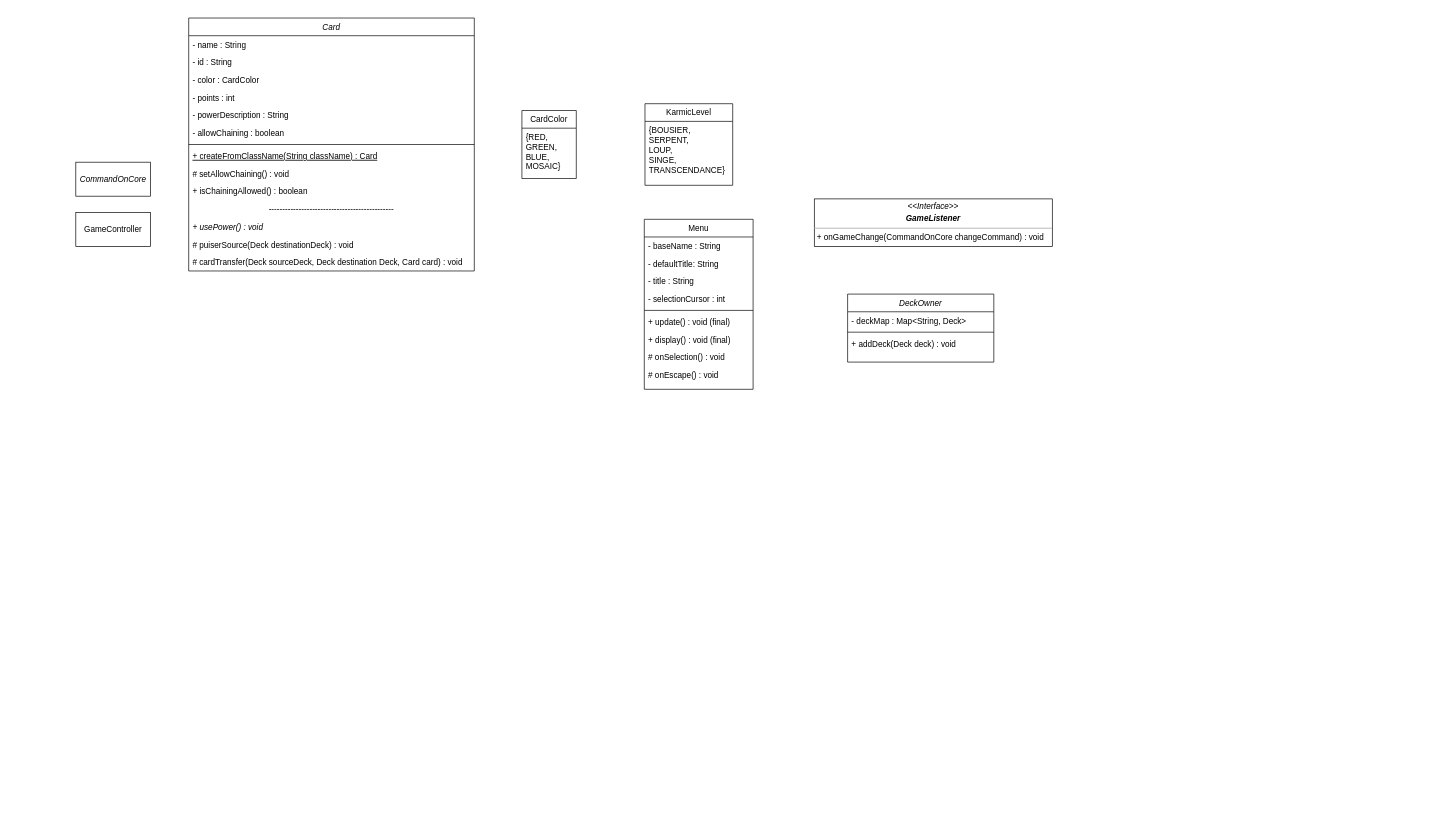
Riuza-c-137/diagrams.net-default_repo keeps this draw.io diagram as Diagramme de classes core.drawio. Above is the earlier version. Source tidied: cells renumbered, new cells numbered last; positions are measured from the earlier drawing's top-left corner, leaving out a move shared by most shapes. Both pictures are drawn from the tidied source at 68%, with x=0, y=0 at pixel (75, 18).
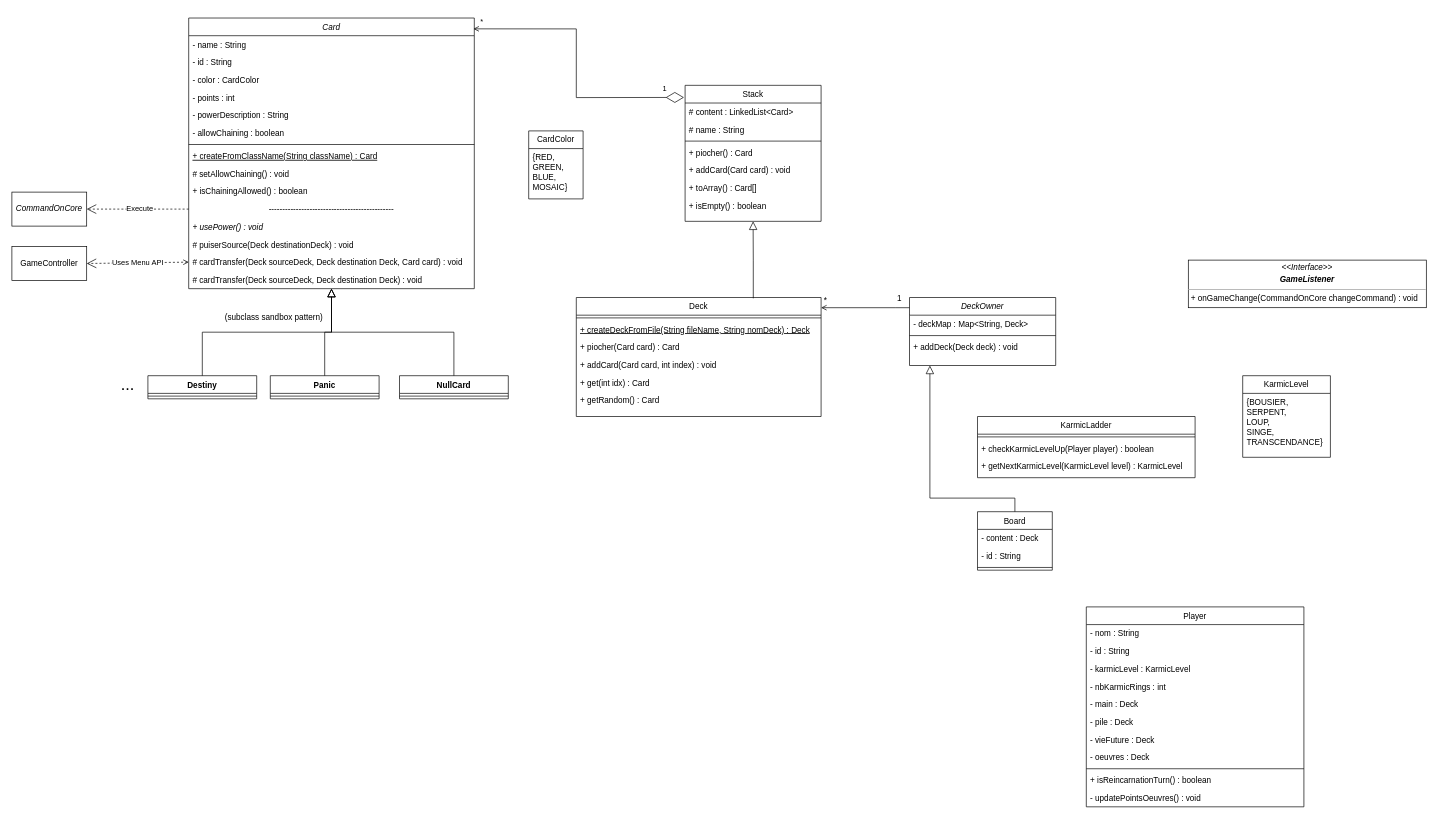
The same diagram, later.

Commit message (it also covers changes not shown here):
Mettre à jour Diagramme de classes core.drawio

The change refers to these unchanged cells:
```xml
<mxCell id="32" value="----------------------------------------------" style="text;align=center;verticalAlign=top;spacingLeft=4;spacingRight=4;overflow=hidden;points=[[0,0.5],[1,0.5]];portConstraint=eastwest;" parent="21" vertex="1">
  <mxGeometry y="268" width="420" height="26" as="geometry" />
</mxCell>
<mxCell id="35" value="# cardTransfer(Deck sourceDeck, Deck destination Deck, Card card) : void" style="text;align=left;verticalAlign=top;spacingLeft=4;spacingRight=4;overflow=hidden;points=[[0,0.5],[1,0.5]];portConstraint=eastwest;" parent="21" vertex="1">
  <mxGeometry y="346" width="420" height="26" as="geometry" />
</mxCell>
```

What changed in the source:
```diff
@@
     <mxCell id="2" value="KarmicLevel" style="swimlane;fontStyle=0;horizontal=1;startSize=26;fillColor=none;whiteSpace=wrap;html=1;" parent="1" vertex="1">
-      <mxGeometry x="837" y="126" width="129" height="120" as="geometry" />
+      <mxGeometry x="1716" y="526" width="129" height="120" as="geometry" />
     </mxCell>
@@
-    <mxCell id="4" value="Menu" style="swimlane;fontStyle=0;align=center;verticalAlign=top;horizontal=1;startSize=26;rounded=0;shadow=0;strokeWidth=1;" parent="1" vertex="1">
-      <mxGeometry x="836" y="296" width="160" height="250" as="geometry" />
+    <mxCell id="4" value="KarmicLadder" style="swimlane;fontStyle=0;align=center;verticalAlign=top;horizontal=1;startSize=26;rounded=0;shadow=0;strokeWidth=1;" parent="1" vertex="1">
+      <mxGeometry x="1326" y="586" width="320" height="90" as="geometry" />
     </mxCell>
-    <mxCell id="5" value="- baseName : String" style="text;align=left;verticalAlign=top;spacingLeft=4;spacingRight=4;overflow=hidden;" parent="4" vertex="1">
-      <mxGeometry y="26" width="160" height="26" as="geometry" />
-    </mxCell>
-    <mxCell id="6" value="- defaultTitle: String" style="text;align=left;verticalAlign=top;spacingLeft=4;spacingRight=4;overflow=hidden;" parent="4" vertex="1">
-      <mxGeometry y="52" width="160" height="26" as="geometry" />
-    </mxCell>
-    <mxCell id="7" value="- title : String" style="text;align=left;verticalAlign=top;spacingLeft=4;spacingRight=4;overflow=hidden;" parent="4" vertex="1">
-      <mxGeometry y="78" width="160" height="26" as="geometry" />
-    </mxCell>
-    <mxCell id="8" value="- selectionCursor : int" style="text;align=left;verticalAlign=top;spacingLeft=4;spacingRight=4;overflow=hidden;" parent="4" vertex="1">
-      <mxGeometry y="104" width="160" height="26" as="geometry" />
-    </mxCell>
     <mxCell id="9" style="line;html=1;strokeWidth=1;align=left;verticalAlign=middle;spacingTop=-1;spacingLeft=3;spacingRight=3;labelPosition=right;" parent="4" vertex="1">
-      <mxGeometry y="130" width="160" height="8" as="geometry" />
+      <mxGeometry y="26" width="320" height="8" as="geometry" />
     </mxCell>
-    <mxCell id="10" value="+ update() : void (final)" style="text;align=left;verticalAlign=top;spacingLeft=4;spacingRight=4;overflow=hidden;fontStyle=0;" parent="4" vertex="1">
-      <mxGeometry y="138" width="160" height="26" as="geometry" />
-    </mxCell>
-    <mxCell id="11" value="+ display() : void (final)" style="text;align=left;verticalAlign=top;spacingLeft=4;spacingRight=4;overflow=hidden;fontStyle=0;" parent="4" vertex="1">
-      <mxGeometry y="164" width="160" height="26" as="geometry" />
-    </mxCell>
-    <mxCell id="12" value="# onSelection() : void " style="text;align=left;verticalAlign=top;spacingLeft=4;spacingRight=4;overflow=hidden;fontStyle=0;" parent="4" vertex="1">
-      <mxGeometry y="190" width="160" height="26" as="geometry" />
-    </mxCell>
-    <mxCell id="13" value="# onEscape() : void " style="text;align=left;verticalAlign=top;spacingLeft=4;spacingRight=4;overflow=hidden;fontStyle=0;" parent="4" vertex="1">
-      <mxGeometry y="216" width="160" height="24" as="geometry" />
-    </mxCell>
+    <mxCell id="38" value="+ checkKarmicLevelUp(Player player) : boolean" style="text;align=left;verticalAlign=top;spacingLeft=4;spacingRight=4;overflow=hidden;rounded=0;shadow=0;html=0;" parent="4" vertex="1">
+      <mxGeometry y="34" width="320" height="26" as="geometry" />
+    </mxCell>
+    <mxCell id="39" value="+ getNextKarmicLevel(KarmicLevel level) : KarmicLevel" style="text;align=left;verticalAlign=top;spacingLeft=4;spacingRight=4;overflow=hidden;rounded=0;shadow=0;html=0;" parent="4" vertex="1">
+      <mxGeometry y="60" width="320" height="26" as="geometry" />
+    </mxCell>
     <mxCell id="14" value="&lt;p style=&quot;margin:0px;margin-top:4px;text-align:center;&quot;&gt;&lt;i&gt;&amp;lt;&amp;lt;Interface&amp;gt;&amp;gt;&lt;/i&gt;&lt;br&gt;&lt;/p&gt;&lt;p style=&quot;margin:0px;margin-top:4px;text-align:center;&quot;&gt;&lt;i&gt;&lt;b&gt;GameListener&lt;/b&gt;&lt;/i&gt;&lt;/p&gt;&lt;hr size=&quot;1&quot;&gt;&lt;p style=&quot;margin:0px;margin-left:4px;&quot;&gt;+ onGameChange(CommandOnCore changeCommand) : void&lt;/p&gt;" style="verticalAlign=top;align=left;overflow=fill;fontSize=12;fontFamily=Helvetica;html=1;whiteSpace=wrap;" parent="1" vertex="1">
-      <mxGeometry x="1086" y="266" width="350" height="70" as="geometry" />
+      <mxGeometry x="1636" y="356" width="350" height="70" as="geometry" />
     </mxCell>
     <mxCell id="15" value="DeckOwner" style="swimlane;fontStyle=2;align=center;verticalAlign=top;horizontal=1;startSize=26;rounded=0;shadow=0;strokeWidth=1;" parent="1" vertex="1">
-      <mxGeometry x="1135" y="406" width="215" height="100" as="geometry" />
+      <mxGeometry x="1226" y="411" width="215" height="100" as="geometry" />
     </mxCell>
@@
     <mxCell id="19" value="CardColor" style="swimlane;fontStyle=0;horizontal=1;startSize=26;fillColor=none;whiteSpace=wrap;html=1;" parent="1" vertex="1">
-      <mxGeometry x="656" y="136" width="80" height="100" as="geometry" />
+      <mxGeometry x="666" y="166" width="80" height="100" as="geometry" />
     </mxCell>
@@
     <mxCell id="21" value="Card" style="swimlane;fontStyle=2;align=center;verticalAlign=top;horizontal=1;startSize=26;rounded=0;shadow=0;strokeWidth=1;" parent="1" vertex="1">
-      <mxGeometry x="166" width="420" height="372" as="geometry" />
+      <mxGeometry x="166" width="420" height="398" as="geometry" />
     </mxCell>
@@
+    <mxCell id="40" value="# cardTransfer(Deck sourceDeck, Deck destination Deck) : void" style="text;align=left;verticalAlign=top;spacingLeft=4;spacingRight=4;overflow=hidden;" parent="21" vertex="1">
+      <mxGeometry y="372" width="420" height="26" as="geometry" />
+    </mxCell>
     <mxCell id="36" value="&lt;i&gt;CommandOnCore&lt;/i&gt;" style="html=1;whiteSpace=wrap;" parent="1" vertex="1">
-      <mxGeometry y="212" width="110" height="50" as="geometry" />
+      <mxGeometry x="-94" y="256" width="110" height="50" as="geometry" />
     </mxCell>
     <mxCell id="37" value="GameController" style="html=1;whiteSpace=wrap;" parent="1" vertex="1">
-      <mxGeometry y="286" width="110" height="50" as="geometry" />
+      <mxGeometry x="-94" y="336" width="110" height="50" as="geometry" />
     </mxCell>
+    <mxCell id="41" value="Destiny" style="swimlane;fontStyle=1;align=center;verticalAlign=top;horizontal=1;startSize=26;whiteSpace=wrap;html=1;" parent="1" vertex="1">
+      <mxGeometry x="106" y="526" width="160" height="34" as="geometry" />
+    </mxCell>
+    <mxCell id="42" style="line;strokeWidth=1;fillColor=none;align=left;verticalAlign=middle;spacingTop=-1;spacingLeft=3;spacingRight=3;labelPosition=right;strokeColor=inherit;" parent="41" vertex="1">
+      <mxGeometry y="26" width="160" height="8" as="geometry" />
+    </mxCell>
+    <mxCell id="43" value="Panic" style="swimlane;fontStyle=1;align=center;verticalAlign=top;horizontal=1;startSize=26;whiteSpace=wrap;html=1;" parent="1" vertex="1">
+      <mxGeometry x="286" y="526" width="160" height="34" as="geometry" />
+    </mxCell>
+    <mxCell id="44" style="line;strokeWidth=1;fillColor=none;align=left;verticalAlign=middle;spacingTop=-1;spacingLeft=3;spacingRight=3;labelPosition=right;strokeColor=inherit;" parent="43" vertex="1">
+      <mxGeometry y="26" width="160" height="8" as="geometry" />
+    </mxCell>
+    <mxCell id="45" value="NullCard" style="swimlane;fontStyle=1;align=center;verticalAlign=top;horizontal=1;startSize=26;whiteSpace=wrap;html=1;" parent="1" vertex="1">
+      <mxGeometry x="476" y="526" width="160" height="34" as="geometry" />
+    </mxCell>
+    <mxCell id="46" style="line;strokeWidth=1;fillColor=none;align=left;verticalAlign=middle;spacingTop=-1;spacingLeft=3;spacingRight=3;labelPosition=right;strokeColor=inherit;" parent="45" vertex="1">
+      <mxGeometry y="26" width="160" height="8" as="geometry" />
+    </mxCell>
+    <mxCell id="47" style="endArrow=block;endSize=10;endFill=0;shadow=0;strokeWidth=1;rounded=0;edgeStyle=elbowEdgeStyle;elbow=vertical;exitX=0.5;exitY=0;exitDx=0;exitDy=0;entryX=0.5;entryY=1;entryDx=0;entryDy=0;" parent="1" edge="1" source="41" target="21">
+      <mxGeometry relative="1" as="geometry" />
+    </mxCell>
+    <mxCell id="48" style="endArrow=block;endSize=10;endFill=0;shadow=0;strokeWidth=1;rounded=0;edgeStyle=elbowEdgeStyle;elbow=vertical;exitX=0.5;exitY=0;exitDx=0;exitDy=0;entryX=0.5;entryY=1;entryDx=0;entryDy=0;" parent="1" edge="1" source="43" target="21">
+      <mxGeometry relative="1" as="geometry" />
+    </mxCell>
+    <mxCell id="49" style="endArrow=block;endSize=10;endFill=0;shadow=0;strokeWidth=1;rounded=0;edgeStyle=elbowEdgeStyle;elbow=vertical;exitX=0.5;exitY=0;exitDx=0;exitDy=0;entryX=0.5;entryY=1;entryDx=0;entryDy=0;" parent="1" edge="1" source="45" target="21">
+      <mxGeometry relative="1" as="geometry" />
+    </mxCell>
+    <mxCell id="50" value="&lt;font style=&quot;font-size: 24px;&quot;&gt;...&lt;/font&gt;" style="text;html=1;align=center;verticalAlign=middle;strokeColor=none;fillColor=none;" parent="1" vertex="1">
+      <mxGeometry x="56" y="520" width="40" height="40" as="geometry" />
+    </mxCell>
+    <mxCell id="51" value="(subclass sandbox pattern)" style="text;html=1;align=center;verticalAlign=middle;strokeColor=none;fillColor=none;" parent="1" vertex="1">
+      <mxGeometry x="206" y="426" width="170" height="30" as="geometry" />
+    </mxCell>
+    <mxCell id="52" value="Uses Menu API" style="endArrow=open;endSize=12;dashed=1;html=1;rounded=0;entryX=1;entryY=0.5;entryDx=0;entryDy=0;exitX=0;exitY=0.5;exitDx=0;exitDy=0;startArrow=open;startFill=0;targetPerimeterSpacing=12;sourcePerimeterSpacing=6;" parent="1" edge="1" source="35" target="37">
+      <mxGeometry relative="1" as="geometry" />
+    </mxCell>
+    <mxCell id="53" value="Execute" style="endArrow=open;endSize=12;dashed=1;html=1;rounded=0;exitX=0;exitY=0.5;exitDx=0;exitDy=0;" parent="1" edge="1" source="32" target="36">
+      <mxGeometry x="-0.04" y="-1" relative="1" as="geometry" />
+    </mxCell>
+    <mxCell id="54" value="Stack" style="swimlane;fontStyle=0;align=center;verticalAlign=top;horizontal=1;startSize=26;rounded=0;shadow=0;strokeWidth=1;" parent="1" vertex="1">
+      <mxGeometry x="896" y="99" width="200" height="200" as="geometry" />
+    </mxCell>
+    <mxCell id="55" value="# content : LinkedList&lt;Card&gt;" style="text;align=left;verticalAlign=top;spacingLeft=4;spacingRight=4;overflow=hidden;" parent="54" vertex="1">
+      <mxGeometry y="26" width="200" height="26" as="geometry" />
+    </mxCell>
+    <mxCell id="56" value="# name : String" style="text;align=left;verticalAlign=top;spacingLeft=4;spacingRight=4;overflow=hidden;" parent="54" vertex="1">
+      <mxGeometry y="52" width="200" height="26" as="geometry" />
+    </mxCell>
+    <mxCell id="57" style="line;html=1;strokeWidth=1;align=left;verticalAlign=middle;spacingTop=-1;spacingLeft=3;spacingRight=3;labelPosition=right;" parent="54" vertex="1">
+      <mxGeometry y="78" width="200" height="8" as="geometry" />
+    </mxCell>
+    <mxCell id="58" value="+ piocher() : Card" style="text;align=left;verticalAlign=top;spacingLeft=4;spacingRight=4;overflow=hidden;fontStyle=0;" parent="54" vertex="1">
+      <mxGeometry y="86" width="200" height="26" as="geometry" />
+    </mxCell>
+    <mxCell id="59" value="+ addCard(Card card) : void" style="text;align=left;verticalAlign=top;spacingLeft=4;spacingRight=4;overflow=hidden;fontStyle=0;" parent="54" vertex="1">
+      <mxGeometry y="112" width="200" height="26" as="geometry" />
+    </mxCell>
+    <mxCell id="60" value="+ toArray() : Card[]" style="text;align=left;verticalAlign=top;spacingLeft=4;spacingRight=4;overflow=hidden;fontStyle=0;" parent="54" vertex="1">
+      <mxGeometry y="138" width="200" height="26" as="geometry" />
+    </mxCell>
+    <mxCell id="61" value="+ isEmpty() : boolean" style="text;align=left;verticalAlign=top;spacingLeft=4;spacingRight=4;overflow=hidden;fontStyle=0;" parent="54" vertex="1">
+      <mxGeometry y="164" width="200" height="26" as="geometry" />
+    </mxCell>
+    <mxCell id="62" value="Deck" style="swimlane;fontStyle=0;align=center;verticalAlign=top;horizontal=1;startSize=26;rounded=0;shadow=0;strokeWidth=1;" parent="1" vertex="1">
+      <mxGeometry x="736" y="411" width="360" height="175" as="geometry" />
+    </mxCell>
+    <mxCell id="63" style="line;html=1;strokeWidth=1;align=left;verticalAlign=middle;spacingTop=-1;spacingLeft=3;spacingRight=3;labelPosition=right;" parent="62" vertex="1">
+      <mxGeometry y="26" width="360" height="8" as="geometry" />
+    </mxCell>
+    <mxCell id="64" value="+ createDeckFromFile(String fileName, String nomDeck) : Deck" style="text;align=left;verticalAlign=top;spacingLeft=4;spacingRight=4;overflow=hidden;fontStyle=4;" parent="62" vertex="1">
+      <mxGeometry y="34" width="360" height="26" as="geometry" />
+    </mxCell>
+    <mxCell id="65" value="+ piocher(Card card) : Card" style="text;align=left;verticalAlign=top;spacingLeft=4;spacingRight=4;overflow=hidden;fontStyle=0;" parent="62" vertex="1">
+      <mxGeometry y="60" width="360" height="26" as="geometry" />
+    </mxCell>
+    <mxCell id="66" value="+ addCard(Card card, int index) : void" style="text;align=left;verticalAlign=top;spacingLeft=4;spacingRight=4;overflow=hidden;fontStyle=0;" parent="62" vertex="1">
+      <mxGeometry y="86" width="360" height="26" as="geometry" />
+    </mxCell>
+    <mxCell id="67" value="+ get(int idx) : Card" style="text;align=left;verticalAlign=top;spacingLeft=4;spacingRight=4;overflow=hidden;fontStyle=0;" parent="62" vertex="1">
+      <mxGeometry y="112" width="360" height="26" as="geometry" />
+    </mxCell>
+    <mxCell id="68" value="+ getRandom() : Card" style="text;align=left;verticalAlign=top;spacingLeft=4;spacingRight=4;overflow=hidden;fontStyle=0;" parent="62" vertex="1">
+      <mxGeometry y="138" width="360" height="26" as="geometry" />
+    </mxCell>
+    <mxCell id="69" style="endArrow=block;endSize=10;endFill=0;shadow=0;strokeWidth=1;rounded=0;edgeStyle=elbowEdgeStyle;elbow=vertical;entryX=0.5;entryY=1;entryDx=0;entryDy=0;exitX=0.723;exitY=0.007;exitDx=0;exitDy=0;exitPerimeter=0;" parent="1" edge="1" source="62" target="54">
+      <mxGeometry relative="1" as="geometry" />
+    </mxCell>
+    <mxCell id="70" style="endArrow=diamondThin;endFill=0;endSize=24;html=1;rounded=0;startArrow=open;startFill=0;exitX=0.997;exitY=0.04;exitDx=0;exitDy=0;exitPerimeter=0;entryX=-0.008;entryY=0.089;entryDx=0;entryDy=0;entryPerimeter=0;" parent="1" edge="1" source="21" target="54">
+      <mxGeometry relative="1" as="geometry">
+        <Array as="points">
+          <mxPoint x="736" y="16" />
+          <mxPoint x="736" y="117" />
+        </Array>
+      </mxGeometry>
+    </mxCell>
+    <mxCell id="71" value="1" style="edgeLabel;html=1;align=center;verticalAlign=middle;" parent="70" vertex="1">
+      <mxGeometry x="0.79" y="2" relative="1" as="geometry">
+        <mxPoint x="14" y="-11" as="offset" />
+      </mxGeometry>
+    </mxCell>
+    <mxCell id="72" value="*" style="edgeLabel;html=1;align=center;verticalAlign=middle;" parent="70" vertex="1">
+      <mxGeometry x="-0.9" y="1" relative="1" as="geometry">
+        <mxPoint x="-9" y="-9" as="offset" />
+      </mxGeometry>
+    </mxCell>
+    <mxCell id="73" style="endArrow=open;shadow=0;strokeWidth=1;rounded=0;endFill=1;edgeStyle=elbowEdgeStyle;elbow=vertical;" parent="1" edge="1" source="15" target="62">
+      <mxGeometry x="0.5" y="41" relative="1" as="geometry">
+        <Array as="points">
+          <mxPoint x="1206" y="426" />
+        </Array>
+        <mxPoint x="-40" y="32" as="offset" />
+      </mxGeometry>
+    </mxCell>
+    <mxCell id="74" value="1" style="align=left;verticalAlign=bottom;labelBackgroundColor=none;fontSize=12;" parent="73" vertex="1">
+      <mxGeometry x="-1" relative="1" as="geometry">
+        <mxPoint x="-20" y="-5" as="offset" />
+      </mxGeometry>
+    </mxCell>
+    <mxCell id="75" value="*" style="align=right;verticalAlign=bottom;labelBackgroundColor=none;fontSize=12;" parent="73" vertex="1">
+      <mxGeometry x="1" relative="1" as="geometry">
+        <mxPoint x="10" y="-3" as="offset" />
+      </mxGeometry>
+    </mxCell>
+    <mxCell id="76" value="Board" style="swimlane;fontStyle=0;align=center;verticalAlign=top;horizontal=1;startSize=26;rounded=0;shadow=0;strokeWidth=1;" parent="1" vertex="1">
+      <mxGeometry x="1326" y="726" width="110" height="86" as="geometry" />
+    </mxCell>
+    <mxCell id="77" value="- content : Deck" style="text;align=left;verticalAlign=top;spacingLeft=4;spacingRight=4;overflow=hidden;" parent="76" vertex="1">
+      <mxGeometry y="26" width="110" height="26" as="geometry" />
+    </mxCell>
+    <mxCell id="78" value="- id : String" style="text;align=left;verticalAlign=top;spacingLeft=4;spacingRight=4;overflow=hidden;" parent="76" vertex="1">
+      <mxGeometry y="52" width="110" height="26" as="geometry" />
+    </mxCell>
+    <mxCell id="79" style="line;html=1;strokeWidth=1;align=left;verticalAlign=middle;spacingTop=-1;spacingLeft=3;spacingRight=3;labelPosition=right;" parent="76" vertex="1">
+      <mxGeometry y="78" width="110" height="8" as="geometry" />
+    </mxCell>
+    <mxCell id="80" style="endArrow=block;endSize=10;endFill=0;shadow=0;strokeWidth=1;rounded=0;edgeStyle=elbowEdgeStyle;elbow=vertical;" parent="1" edge="1" source="76" target="15">
+      <mxGeometry relative="1" as="geometry">
+        <Array as="points">
+          <mxPoint x="1256" y="706" />
+        </Array>
+      </mxGeometry>
+    </mxCell>
+    <mxCell id="81" value="Player" style="swimlane;fontStyle=0;align=center;verticalAlign=top;horizontal=1;startSize=26;rounded=0;shadow=0;strokeWidth=1;" parent="1" vertex="1">
+      <mxGeometry x="1486" y="866" width="320" height="294" as="geometry" />
+    </mxCell>
+    <mxCell id="82" value="- nom : String" style="text;align=left;verticalAlign=top;spacingLeft=4;spacingRight=4;overflow=hidden;" parent="81" vertex="1">
+      <mxGeometry y="26" width="320" height="26" as="geometry" />
+    </mxCell>
+    <mxCell id="83" value="- id : String" style="text;align=left;verticalAlign=top;spacingLeft=4;spacingRight=4;overflow=hidden;" parent="81" vertex="1">
+      <mxGeometry y="52" width="320" height="26" as="geometry" />
+    </mxCell>
+    <mxCell id="84" value="- karmicLevel : KarmicLevel" style="text;align=left;verticalAlign=top;spacingLeft=4;spacingRight=4;overflow=hidden;" parent="81" vertex="1">
+      <mxGeometry y="78" width="320" height="26" as="geometry" />
+    </mxCell>
+    <mxCell id="85" value="- nbKarmicRings : int" style="text;align=left;verticalAlign=top;spacingLeft=4;spacingRight=4;overflow=hidden;" parent="81" vertex="1">
+      <mxGeometry y="104" width="320" height="26" as="geometry" />
+    </mxCell>
+    <mxCell id="86" value="- main : Deck" style="text;align=left;verticalAlign=top;spacingLeft=4;spacingRight=4;overflow=hidden;" parent="81" vertex="1">
+      <mxGeometry y="130" width="320" height="26" as="geometry" />
+    </mxCell>
+    <mxCell id="87" value="- pile : Deck" style="text;align=left;verticalAlign=top;spacingLeft=4;spacingRight=4;overflow=hidden;" parent="81" vertex="1">
+      <mxGeometry y="156" width="320" height="26" as="geometry" />
+    </mxCell>
+    <mxCell id="88" value="- vieFuture : Deck" style="text;align=left;verticalAlign=top;spacingLeft=4;spacingRight=4;overflow=hidden;" parent="81" vertex="1">
+      <mxGeometry y="182" width="320" height="26" as="geometry" />
+    </mxCell>
+    <mxCell id="89" value="- oeuvres : Deck" style="text;align=left;verticalAlign=top;spacingLeft=4;spacingRight=4;overflow=hidden;" parent="81" vertex="1">
+      <mxGeometry y="208" width="320" height="26" as="geometry" />
+    </mxCell>
+    <mxCell id="90" style="line;html=1;strokeWidth=1;align=left;verticalAlign=middle;spacingTop=-1;spacingLeft=3;spacingRight=3;labelPosition=right;" parent="81" vertex="1">
+      <mxGeometry y="234" width="320" height="8" as="geometry" />
+    </mxCell>
+    <mxCell id="91" value="+ isReincarnationTurn() : boolean" style="text;align=left;verticalAlign=top;spacingLeft=4;spacingRight=4;overflow=hidden;rounded=0;shadow=0;html=0;" parent="81" vertex="1">
+      <mxGeometry y="242" width="320" height="26" as="geometry" />
+    </mxCell>
+    <mxCell id="92" value="- updatePointsOeuvres() : void" style="text;align=left;verticalAlign=top;spacingLeft=4;spacingRight=4;overflow=hidden;rounded=0;shadow=0;html=0;" parent="81" vertex="1">
+      <mxGeometry y="268" width="320" height="26" as="geometry" />
+    </mxCell>
```
